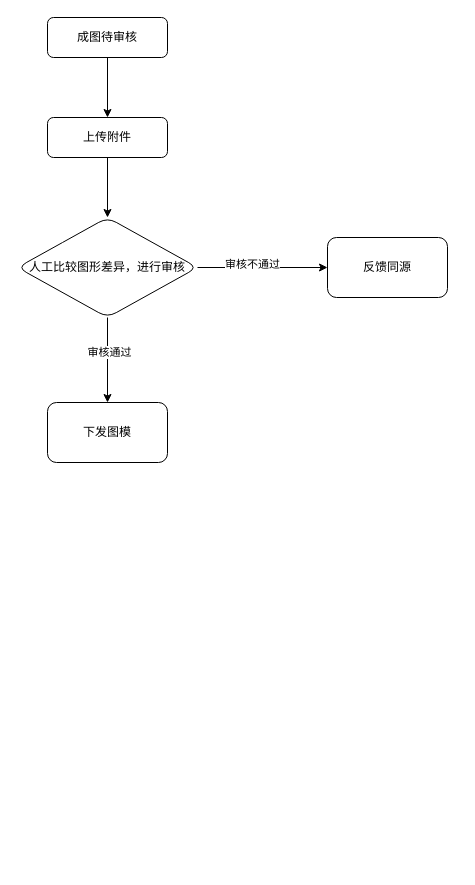
This is 单线图审核流程.drawio from povs2012/-, a draw.io file, before an edit. Source tidied: cells renumbered, new cells numbered last; positions are measured from the earlier drawing's top-left corner, leaving out a move shared by most shapes. Both pictures are drawn from the tidied source at 100%, with x=0, y=0 at pixel (17, 17).
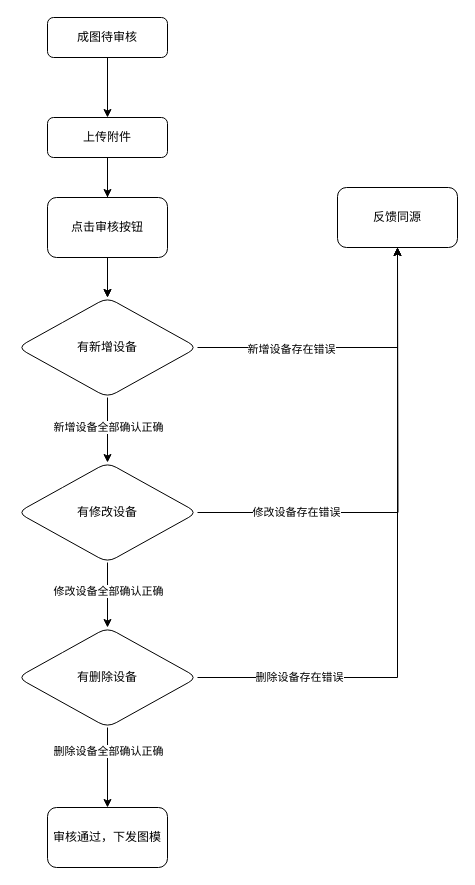
Above is the later version.

Commit message (it also covers changes not shown here):
更新单线图审核流程.drawio

Unchanged cells that the change refers to:
```xml
<mxCell id="5" value="上传附件" style="rounded=1;whiteSpace=wrap;html=1;fontSize=12;glass=0;strokeWidth=1;shadow=0;labelBackgroundColor=none;" parent="1" vertex="1">
  <mxGeometry x="30" y="100" width="120" height="40" as="geometry" />
</mxCell>
<mxCell id="6" style="edgeStyle=orthogonalEdgeStyle;rounded=0;jettySize=auto;html=1;" parent="1" edge="1" source="10" target="11">
  <mxGeometry relative="1" as="geometry" />
</mxCell>
```

The edit, as a diff of the source:
```diff
@@
+    <mxCell id="13" style="edgeStyle=orthogonalEdgeStyle;rounded=0;jettySize=auto;html=1;" parent="1" edge="1" source="5" target="10">
+      <mxGeometry relative="1" as="geometry" />
+    </mxCell>
+    <mxCell id="14" style="edgeStyle=orthogonalEdgeStyle;rounded=0;jettySize=auto;html=1;" parent="1" edge="1" source="5" target="18">
+      <mxGeometry relative="1" as="geometry" />
+    </mxCell>
@@
-    <mxCell id="7" value="审核不通过" style="edgeLabel;html=1;align=center;verticalAlign=middle;" parent="6" vertex="1">
-      <mxGeometry x="-0.17" y="4" relative="1" as="geometry" />
-    </mxCell>
-    <mxCell id="8" style="edgeStyle=orthogonalEdgeStyle;rounded=0;jettySize=auto;html=1;" parent="1" edge="1" source="10" target="12">
-      <mxGeometry relative="1" as="geometry" />
-    </mxCell>
-    <mxCell id="9" value="审核通过" style="edgeLabel;html=1;align=center;verticalAlign=middle;" parent="8" vertex="1">
-      <mxGeometry x="-0.21" y="1" relative="1" as="geometry" />
-    </mxCell>
+    <mxCell id="15" value="新增设备存在错误" style="edgeLabel;html=1;align=center;verticalAlign=middle;" parent="6" vertex="1">
+      <mxGeometry x="-0.38" y="-1" relative="1" as="geometry" />
+    </mxCell>
+    <mxCell id="16" style="edgeStyle=orthogonalEdgeStyle;rounded=0;jettySize=auto;html=1;" parent="1" edge="1" source="10" target="23">
+      <mxGeometry relative="1" as="geometry" />
+    </mxCell>
+    <mxCell id="17" value="新增设备全部确认正确" style="edgeLabel;html=1;align=center;verticalAlign=middle;" parent="16" vertex="1">
+      <mxGeometry x="-0.11" relative="1" as="geometry" />
+    </mxCell>
-    <mxCell id="10" value="人工比较图形差异，进行审核" style="rhombus;whiteSpace=wrap;html=1;rounded=1;glass=0;strokeWidth=1;shadow=0;labelBackgroundColor=none;" parent="1" vertex="1">
-      <mxGeometry y="200" width="180" height="100" as="geometry" />
+    <mxCell id="10" value="有新增设备" style="rhombus;whiteSpace=wrap;html=1;rounded=1;glass=0;strokeWidth=1;shadow=0;labelBackgroundColor=none;" parent="1" vertex="1">
+      <mxGeometry y="280" width="180" height="100" as="geometry" />
     </mxCell>
     <mxCell id="11" value="反馈同源" style="whiteSpace=wrap;html=1;rounded=1;glass=0;strokeWidth=1;shadow=0;labelBackgroundColor=none;" parent="1" vertex="1">
-      <mxGeometry x="310" y="220" width="120" height="60" as="geometry" />
+      <mxGeometry x="320" y="170" width="120" height="60" as="geometry" />
     </mxCell>
-    <mxCell id="12" value="下发图模" style="whiteSpace=wrap;html=1;rounded=1;glass=0;strokeWidth=1;shadow=0;labelBackgroundColor=none;" parent="1" vertex="1">
-      <mxGeometry x="30" y="385" width="120" height="60" as="geometry" />
+    <mxCell id="12" value="审核通过，下发图模" style="whiteSpace=wrap;html=1;rounded=1;glass=0;strokeWidth=1;shadow=0;labelBackgroundColor=none;" parent="1" vertex="1">
+      <mxGeometry x="30" y="790" width="120" height="60" as="geometry" />
     </mxCell>
+    <mxCell id="18" value="点击审核按钮" style="whiteSpace=wrap;html=1;rounded=1;glass=0;strokeWidth=1;shadow=0;labelBackgroundColor=none;" parent="1" vertex="1">
+      <mxGeometry x="30" y="180" width="120" height="60" as="geometry" />
+    </mxCell>
+    <mxCell id="19" style="edgeStyle=orthogonalEdgeStyle;rounded=0;jettySize=auto;html=1;" parent="1" edge="1" source="23" target="28">
+      <mxGeometry relative="1" as="geometry" />
+    </mxCell>
+    <mxCell id="20" value="修改设备全部确认正确" style="edgeLabel;html=1;align=center;verticalAlign=middle;" parent="19" vertex="1">
+      <mxGeometry x="-0.14" relative="1" as="geometry" />
+    </mxCell>
+    <mxCell id="21" style="edgeStyle=orthogonalEdgeStyle;rounded=0;jettySize=auto;html=1;" parent="1" edge="1" source="23">
+      <mxGeometry relative="1" as="geometry">
+        <mxPoint x="380" y="230" as="targetPoint" />
+      </mxGeometry>
+    </mxCell>
+    <mxCell id="22" value="修改设备存在错误" style="edgeLabel;html=1;align=center;verticalAlign=middle;" parent="21" vertex="1">
+      <mxGeometry x="-0.58" y="1" relative="1" as="geometry" />
+    </mxCell>
+    <mxCell id="23" value="有修改设备" style="rhombus;whiteSpace=wrap;html=1;rounded=1;glass=0;strokeWidth=1;shadow=0;labelBackgroundColor=none;" parent="1" vertex="1">
+      <mxGeometry y="445" width="180" height="100" as="geometry" />
+    </mxCell>
+    <mxCell id="24" style="edgeStyle=orthogonalEdgeStyle;rounded=0;jettySize=auto;html=1;" parent="1" edge="1" source="28" target="11">
+      <mxGeometry relative="1" as="geometry" />
+    </mxCell>
+    <mxCell id="25" value="删除设备存在错误" style="edgeLabel;html=1;align=center;verticalAlign=middle;" parent="24" vertex="1">
+      <mxGeometry x="-0.68" y="1" relative="1" as="geometry" />
+    </mxCell>
+    <mxCell id="26" style="edgeStyle=orthogonalEdgeStyle;rounded=0;jettySize=auto;html=1;exitX=0.5;exitY=1;exitDx=0;exitDy=0;entryX=0.5;entryY=0;entryDx=0;entryDy=0;" parent="1" edge="1" source="28" target="12">
+      <mxGeometry relative="1" as="geometry" />
+    </mxCell>
+    <mxCell id="27" value="删除设备全部确认正确" style="edgeLabel;html=1;align=center;verticalAlign=middle;" parent="26" vertex="1">
+      <mxGeometry x="-0.42" relative="1" as="geometry" />
+    </mxCell>
+    <mxCell id="28" value="有删除设备" style="rhombus;whiteSpace=wrap;html=1;rounded=1;glass=0;strokeWidth=1;shadow=0;labelBackgroundColor=none;" parent="1" vertex="1">
+      <mxGeometry y="610" width="180" height="100" as="geometry" />
+    </mxCell>
```
